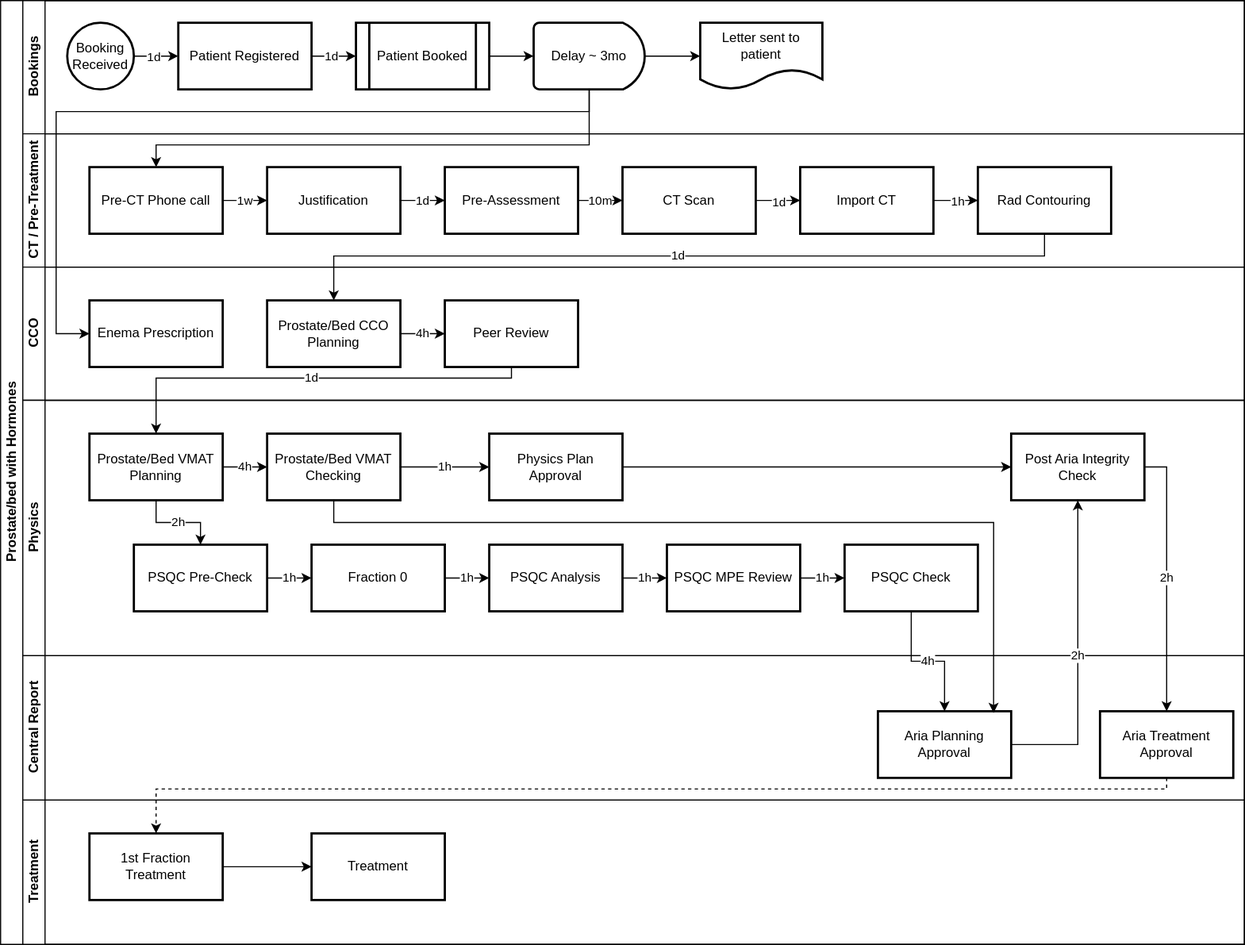
This is Assets/ProstateOnly_Hormone.svg from MCollins87/CarePathReview, a draw.io export, as it was before one commit. Source tidied: cells renumbered, new cells last; positions are measured from the earlier drawing's top-left corner, leaving out a move shared by most shapes.
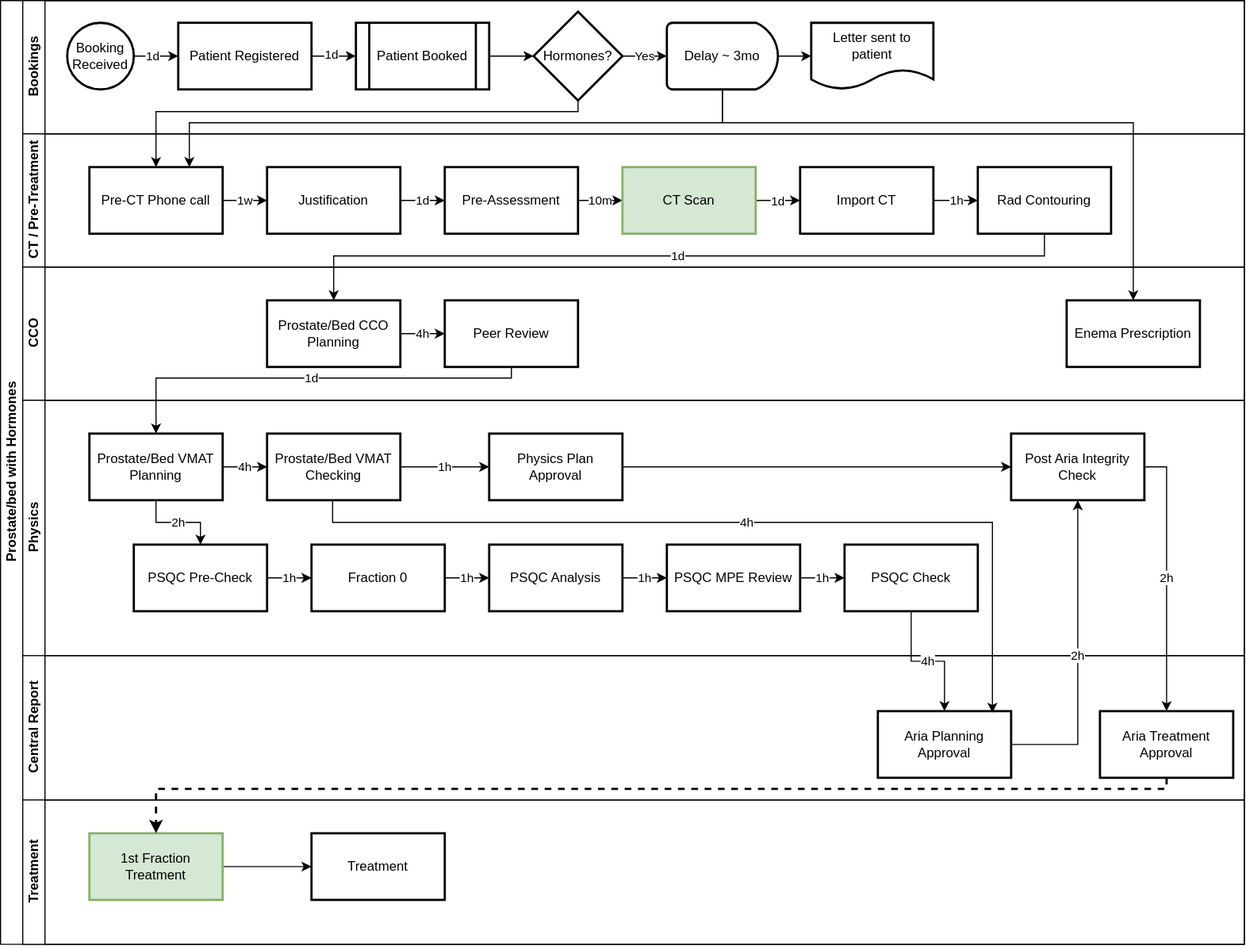
After the commit.

Change to the diagram source:
```diff
@@ -33,14 +33,20 @@
       <mxGeometry relative="1" as="geometry" />
     </mxCell>
     <mxCell id="12" value="Delay ~ 3mo" style="strokeWidth=2;html=1;shape=mxgraph.flowchart.delay;whiteSpace=wrap;" parent="3" vertex="1">
-      <mxGeometry x="460" y="20" width="100" height="60" as="geometry" />
+      <mxGeometry x="580" y="20" width="100" height="60" as="geometry" />
     </mxCell>
-    <mxCell id="13" style="edgeStyle=orthogonalEdgeStyle;rounded=0;jettySize=auto;html=1;exitX=1;exitY=0.5;exitDx=0;exitDy=0;entryX=0;entryY=0.5;entryDx=0;entryDy=0;entryPerimeter=0;" parent="3" edge="1" source="10" target="12">
-      <mxGeometry relative="1" as="geometry" />
-    </mxCell>
     <mxCell id="14" value="Letter sent to patient" style="shape=document;whiteSpace=wrap;html=1;boundedLbl=1;strokeWidth=2;" parent="3" vertex="1">
-      <mxGeometry x="610" y="20" width="110" height="60" as="geometry" />
+      <mxGeometry x="710" y="20" width="110" height="60" as="geometry" />
     </mxCell>
+    <mxCell id="68" value="Hormones?" style="strokeWidth=2;html=1;shape=mxgraph.flowchart.decision;whiteSpace=wrap;" parent="3" vertex="1">
+      <mxGeometry x="460" y="10" width="80" height="80" as="geometry" />
+    </mxCell>
+    <mxCell id="69" style="edgeStyle=orthogonalEdgeStyle;rounded=0;jettySize=auto;html=1;exitX=1;exitY=0.5;exitDx=0;exitDy=0;entryX=0;entryY=0.5;entryDx=0;entryDy=0;entryPerimeter=0;" parent="3" edge="1" source="10" target="68">
+      <mxGeometry relative="1" as="geometry" />
+    </mxCell>
+    <mxCell id="70" value="Yes" style="edgeStyle=orthogonalEdgeStyle;rounded=0;jettySize=auto;html=1;exitX=1;exitY=0.5;exitDx=0;exitDy=0;exitPerimeter=0;entryX=0;entryY=0.5;entryDx=0;entryDy=0;entryPerimeter=0;" parent="3" edge="1" source="68" target="12">
+      <mxGeometry relative="1" as="geometry" />
+    </mxCell>
     <mxCell id="15" value="CT / Pre-Treatment" style="swimlane;html=1;startSize=20;horizontal=0;" parent="2" vertex="1">
       <mxGeometry x="20" y="120" width="1100" height="120" as="geometry" />
     </mxCell>
@@ -68,7 +74,7 @@
     <mxCell id="23" value="1d" style="edgeLabel;html=1;align=center;verticalAlign=middle;" parent="22" vertex="1">
       <mxGeometry y="-1" relative="1" as="geometry" />
     </mxCell>
-    <mxCell id="24" value="CT Scan" style="whiteSpace=wrap;html=1;strokeWidth=2;" parent="15" vertex="1">
+    <mxCell id="24" value="CT Scan" style="whiteSpace=wrap;html=1;strokeWidth=2;fillColor=#d5e8d4;strokeColor=#82b366;" parent="15" vertex="1">
       <mxGeometry x="540" y="30" width="120" height="60" as="geometry" />
     </mxCell>
     <mxCell id="25" value="Import CT" style="whiteSpace=wrap;html=1;strokeWidth=2;" parent="15" vertex="1">
@@ -96,7 +102,7 @@
       <mxGeometry x="380" y="30" width="120" height="60" as="geometry" />
     </mxCell>
     <mxCell id="33" value="Enema Prescription" style="whiteSpace=wrap;html=1;strokeWidth=2;" parent="29" vertex="1">
-      <mxGeometry x="60" y="30" width="120" height="60" as="geometry" />
+      <mxGeometry x="940" y="30" width="120" height="60" as="geometry" />
     </mxCell>
     <mxCell id="34" value="Physics" style="swimlane;html=1;startSize=20;horizontal=0;" parent="2" vertex="1">
       <mxGeometry x="20" y="360" width="1100" height="230" as="geometry" />
@@ -167,20 +173,12 @@
     <mxCell id="56" style="edgeStyle=orthogonalEdgeStyle;rounded=0;jettySize=auto;html=1;" parent="55" edge="1" source="57" target="58">
       <mxGeometry relative="1" as="geometry" />
     </mxCell>
-    <mxCell id="57" value="1st Fraction Treatment" style="whiteSpace=wrap;html=1;strokeWidth=2;" parent="55" vertex="1">
+    <mxCell id="57" value="1st Fraction Treatment" style="whiteSpace=wrap;html=1;strokeWidth=2;fillColor=#d5e8d4;strokeColor=#82b366;" parent="55" vertex="1">
       <mxGeometry x="60" y="30" width="120" height="60" as="geometry" />
     </mxCell>
     <mxCell id="58" value="Treatment" style="whiteSpace=wrap;html=1;strokeWidth=2;" parent="55" vertex="1">
       <mxGeometry x="260" y="30" width="120" height="60" as="geometry" />
     </mxCell>
-    <mxCell id="59" style="edgeStyle=orthogonalEdgeStyle;rounded=0;jettySize=auto;html=1;" parent="2" edge="1" source="12" target="17">
-      <mxGeometry relative="1" as="geometry">
-        <Array as="points">
-          <mxPoint x="530" y="130" />
-          <mxPoint x="140" y="130" />
-        </Array>
-      </mxGeometry>
-    </mxCell>
     <mxCell id="60" value="1d" style="edgeStyle=orthogonalEdgeStyle;rounded=0;jettySize=auto;html=1;entryX=0.5;entryY=0;entryDx=0;entryDy=0;" parent="2" edge="1" source="26" target="31">
       <mxGeometry relative="1" as="geometry">
         <Array as="points">
@@ -208,7 +206,7 @@
         </Array>
       </mxGeometry>
     </mxCell>
-    <mxCell id="64" style="edgeStyle=orthogonalEdgeStyle;rounded=0;jettySize=auto;html=1;exitX=0.5;exitY=1;exitDx=0;exitDy=0;dashed=1;" parent="2" edge="1" source="54" target="57">
+    <mxCell id="64" style="edgeStyle=orthogonalEdgeStyle;rounded=0;jettySize=auto;html=1;exitX=0.5;exitY=1;exitDx=0;exitDy=0;dashed=1;strokeWidth=2;" parent="2" edge="1" source="54" target="57">
       <mxGeometry relative="1" as="geometry">
         <Array as="points">
           <mxPoint x="1050" y="710" />
@@ -216,23 +214,40 @@
         </Array>
       </mxGeometry>
     </mxCell>
-    <mxCell id="65" style="edgeStyle=orthogonalEdgeStyle;rounded=0;jettySize=auto;html=1;exitX=0.5;exitY=1;exitDx=0;exitDy=0;entryX=0.868;entryY=0.024;entryDx=0;entryDy=0;entryPerimeter=0;jumpStyle=line;" parent="2" edge="1" source="39" target="53">
+    <mxCell id="65" value="4h" style="edgeStyle=orthogonalEdgeStyle;rounded=0;orthogonalLoop=1;jettySize=auto;html=1;exitX=0.5;exitY=1;exitDx=0;exitDy=0;entryX=0.868;entryY=0.024;entryDx=0;entryDy=0;entryPerimeter=0;jumpStyle=line;" parent="2" edge="1">
       <mxGeometry relative="1" as="geometry">
+        <mxPoint x="299" y="450" as="sourcePoint" />
+        <mxPoint x="893.2" y="641.4" as="targetPoint" />
         <Array as="points">
-          <mxPoint x="300" y="470" />
-          <mxPoint x="894" y="470" />
+          <mxPoint x="299" y="470" />
+          <mxPoint x="893" y="470" />
         </Array>
       </mxGeometry>
     </mxCell>
     <mxCell id="66" value="4h" style="edgeStyle=orthogonalEdgeStyle;rounded=0;jettySize=auto;html=1;exitX=0.5;exitY=1;exitDx=0;exitDy=0;entryX=0.5;entryY=0;entryDx=0;entryDy=0;" parent="2" edge="1" source="48" target="53">
       <mxGeometry relative="1" as="geometry" />
     </mxCell>
+    <mxCell id="71" style="edgeStyle=orthogonalEdgeStyle;rounded=0;jettySize=auto;html=1;exitX=0.5;exitY=1;exitDx=0;exitDy=0;exitPerimeter=0;entryX=0.5;entryY=0;entryDx=0;entryDy=0;" parent="2" edge="1" source="68" target="17">
+      <mxGeometry relative="1" as="geometry">
+        <Array as="points">
+          <mxPoint x="520" y="100" />
+          <mxPoint x="140" y="100" />
+        </Array>
+      </mxGeometry>
+    </mxCell>
+    <mxCell id="59" style="edgeStyle=orthogonalEdgeStyle;rounded=0;jettySize=auto;html=1;exitX=0.5;exitY=1;exitDx=0;exitDy=0;exitPerimeter=0;entryX=0.75;entryY=0;entryDx=0;entryDy=0;" parent="2" edge="1" source="12" target="17">
+      <mxGeometry relative="1" as="geometry">
+        <Array as="points">
+          <mxPoint x="650" y="110" />
+          <mxPoint x="170" y="110" />
+        </Array>
+      </mxGeometry>
+    </mxCell>
-    <mxCell id="67" style="edgeStyle=orthogonalEdgeStyle;rounded=0;jettySize=auto;html=1;exitX=0.5;exitY=1;exitDx=0;exitDy=0;exitPerimeter=0;entryX=0;entryY=0.5;entryDx=0;entryDy=0;jumpStyle=line;" parent="2" edge="1" source="12" target="33">
+    <mxCell id="67" style="edgeStyle=orthogonalEdgeStyle;rounded=0;jettySize=auto;html=1;exitX=0.5;exitY=1;exitDx=0;exitDy=0;exitPerimeter=0;entryX=0.5;entryY=0;entryDx=0;entryDy=0;" parent="2" edge="1" source="12" target="33">
       <mxGeometry relative="1" as="geometry">
         <Array as="points">
-          <mxPoint x="530" y="100" />
-          <mxPoint x="50" y="100" />
-          <mxPoint x="50" y="300" />
+          <mxPoint x="650" y="110" />
+          <mxPoint x="1020" y="110" />
         </Array>
       </mxGeometry>
     </mxCell>
```
